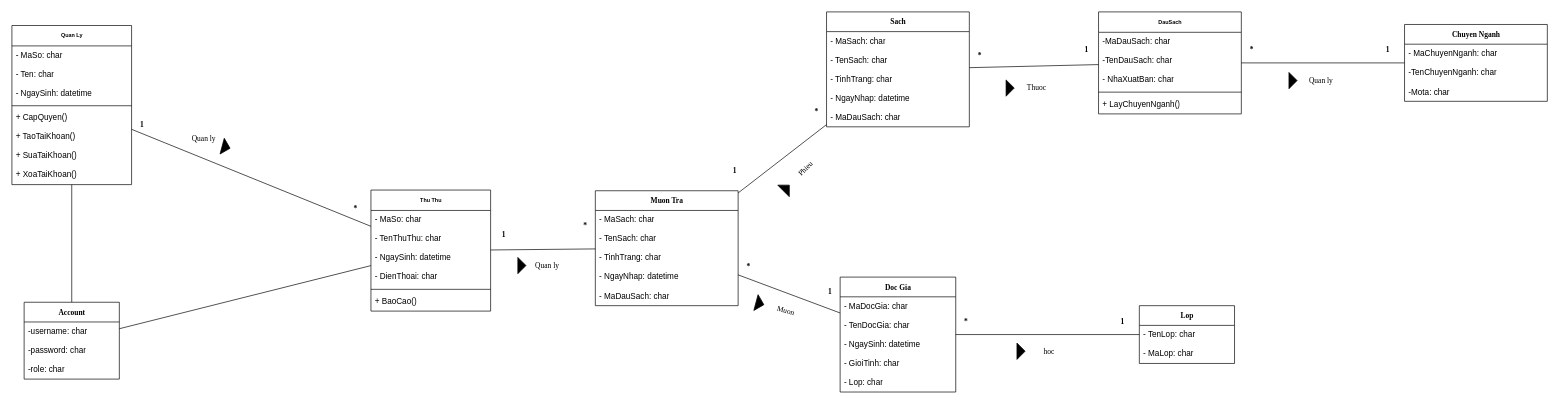
Above: page "[C]: library_management" (4 of 5) of diagram-learning.drawio in vanhieuhp/uml_diagram (draw.io), before the change. Source tidied: cells renumbered, new cells numbered last; positions are measured from the earlier drawing's top-left corner, leaving out a move shared by most shapes. Both pictures are drawn from the tidied source at 68%, with x=0, y=0 at pixel (12, 12).
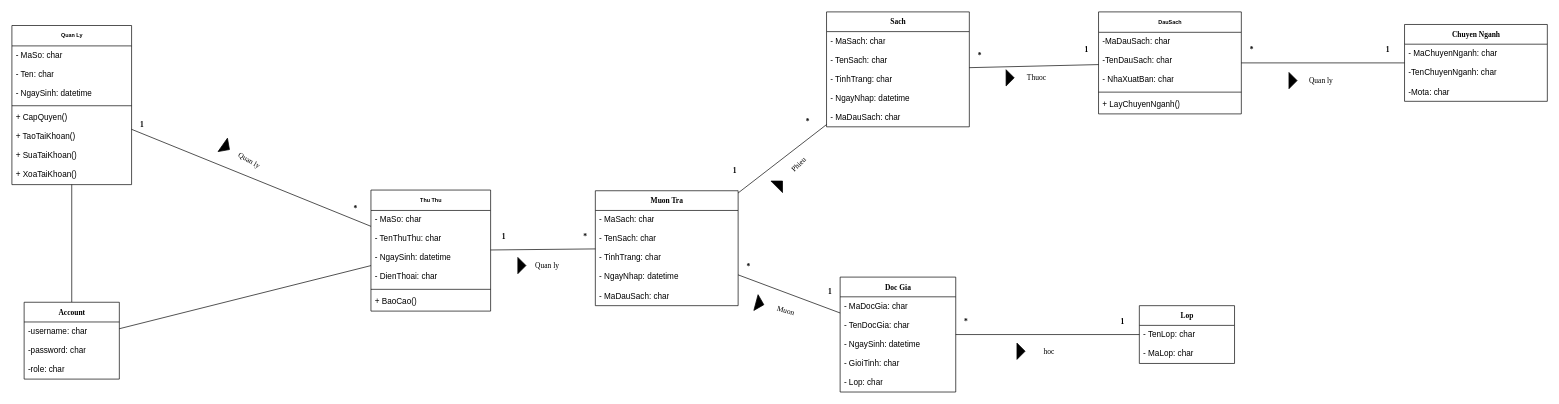
The same diagram, later.

Commit message:
[class] add commerce management diagram

The edit, as a diff of the source:
```diff
@@
     <mxCell id="61" value="&lt;b&gt;1&lt;/b&gt;" style="text;html=1;align=center;verticalAlign=middle;strokeColor=none;fillColor=none;fontSize=11;fontFamily=Times New Roman;" parent="1" vertex="1">
-      <mxGeometry x="708" y="312" width="30" height="30" as="geometry" />
+      <mxGeometry x="708" y="316" width="30" height="30" as="geometry" />
     </mxCell>
@@
     <mxCell id="69" value="&lt;b&gt;*&lt;/b&gt;" style="text;html=1;align=center;verticalAlign=middle;strokeColor=none;fillColor=none;fontSize=11;fontFamily=Times New Roman;" parent="1" vertex="1">
-      <mxGeometry x="828" y="300" width="30" height="30" as="geometry" />
+      <mxGeometry x="828" y="316" width="30" height="30" as="geometry" />
     </mxCell>
@@
     <mxCell id="72" value="&lt;b&gt;*&lt;/b&gt;" style="text;html=1;align=center;verticalAlign=middle;strokeColor=none;fillColor=none;fontSize=11;fontFamily=Times New Roman;" parent="1" vertex="1">
-      <mxGeometry x="1168" y="131.5" width="30" height="30" as="geometry" />
+      <mxGeometry x="1155" y="146" width="30" height="30" as="geometry" />
     </mxCell>
-    <mxCell id="73" style="triangle;fillColor=strokeColor;fontFamily=Times New Roman;fontSize=11;rotation=15;" parent="1" vertex="1">
-      <mxGeometry x="309" y="187" width="12" height="24" as="geometry" />
-    </mxCell>
@@
-    <mxCell id="77" value="Quan ly" style="text;html=1;align=center;verticalAlign=middle;strokeColor=none;fillColor=none;fontSize=11;fontFamily=Times New Roman;" parent="1" vertex="1">
-      <mxGeometry x="246" y="170" width="72" height="32" as="geometry" />
-    </mxCell>
@@
     <mxCell id="84" style="group;rotation=-45;" parent="1" vertex="1">
-      <mxGeometry x="1124" y="218" width="79" height="32" as="geometry" />
+      <mxGeometry x="1114" y="212" width="79" height="32" as="geometry" />
     </mxCell>
@@
     <mxCell id="87" style="group;rotation=0;" parent="1" vertex="1">
-      <mxGeometry x="1464" y="96" width="79" height="32" as="geometry" />
+      <mxGeometry x="1464" y="81" width="79" height="32" as="geometry" />
     </mxCell>
@@
+    <mxCell id="96" style="group;" parent="1" vertex="1">
+      <mxGeometry x="303.2" y="185.7" width="85" height="64.1" as="geometry" />
+    </mxCell>
+    <mxCell id="97" style="triangle;fillColor=strokeColor;fontFamily=Times New Roman;fontSize=11;rotation=35;" parent="96" vertex="1">
+      <mxGeometry x="5.8" y="1.3" width="12" height="24" as="geometry" />
+    </mxCell>
+    <mxCell id="77" value="Quan ly" style="text;html=1;align=center;verticalAlign=middle;strokeColor=none;fillColor=none;fontSize=11;fontFamily=Times New Roman;rotation=30;" parent="96" vertex="1">
+      <mxGeometry x="9.8" y="16.3" width="72" height="32" as="geometry" />
+    </mxCell>
```
